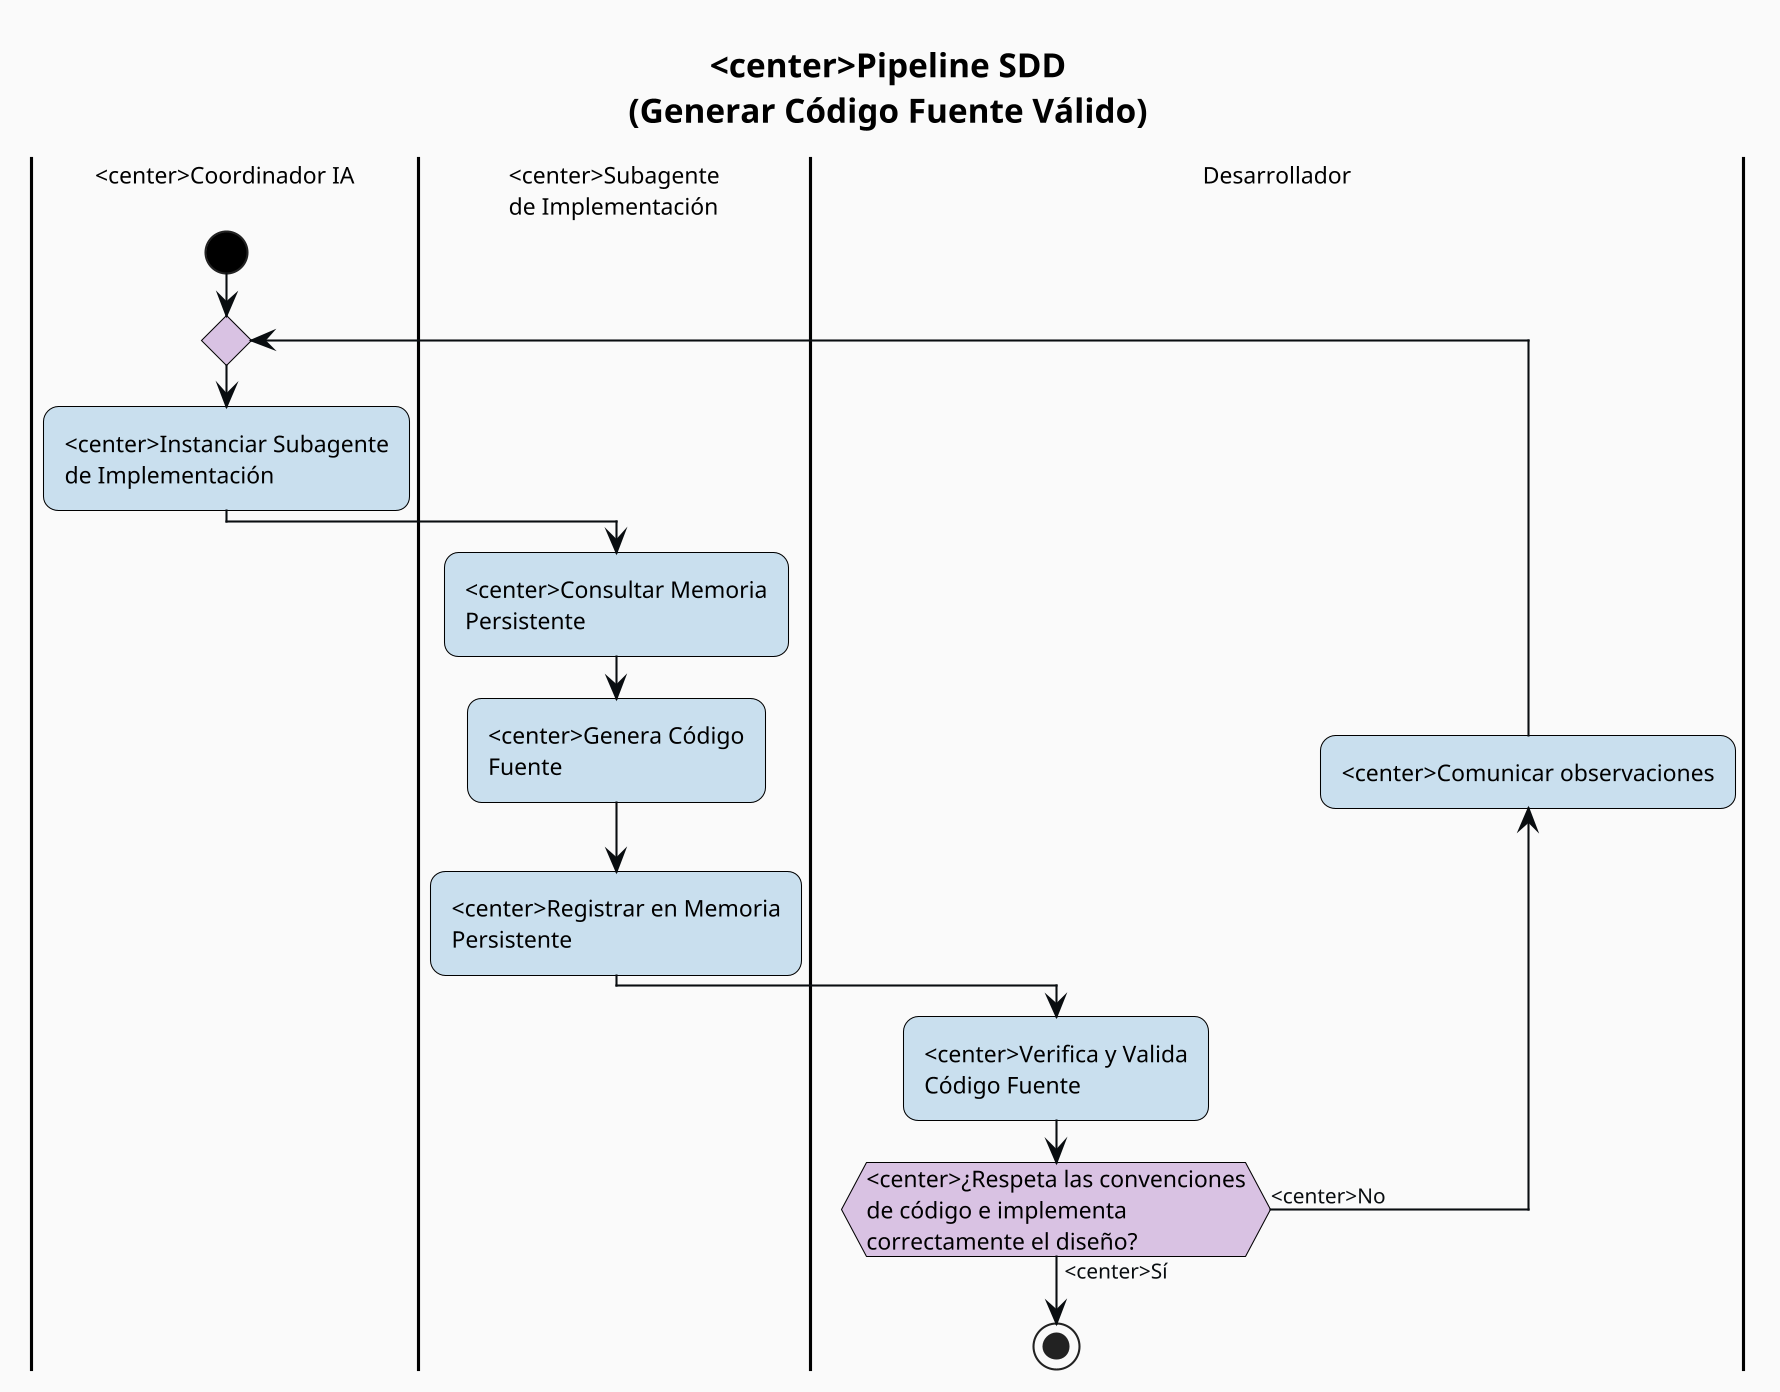
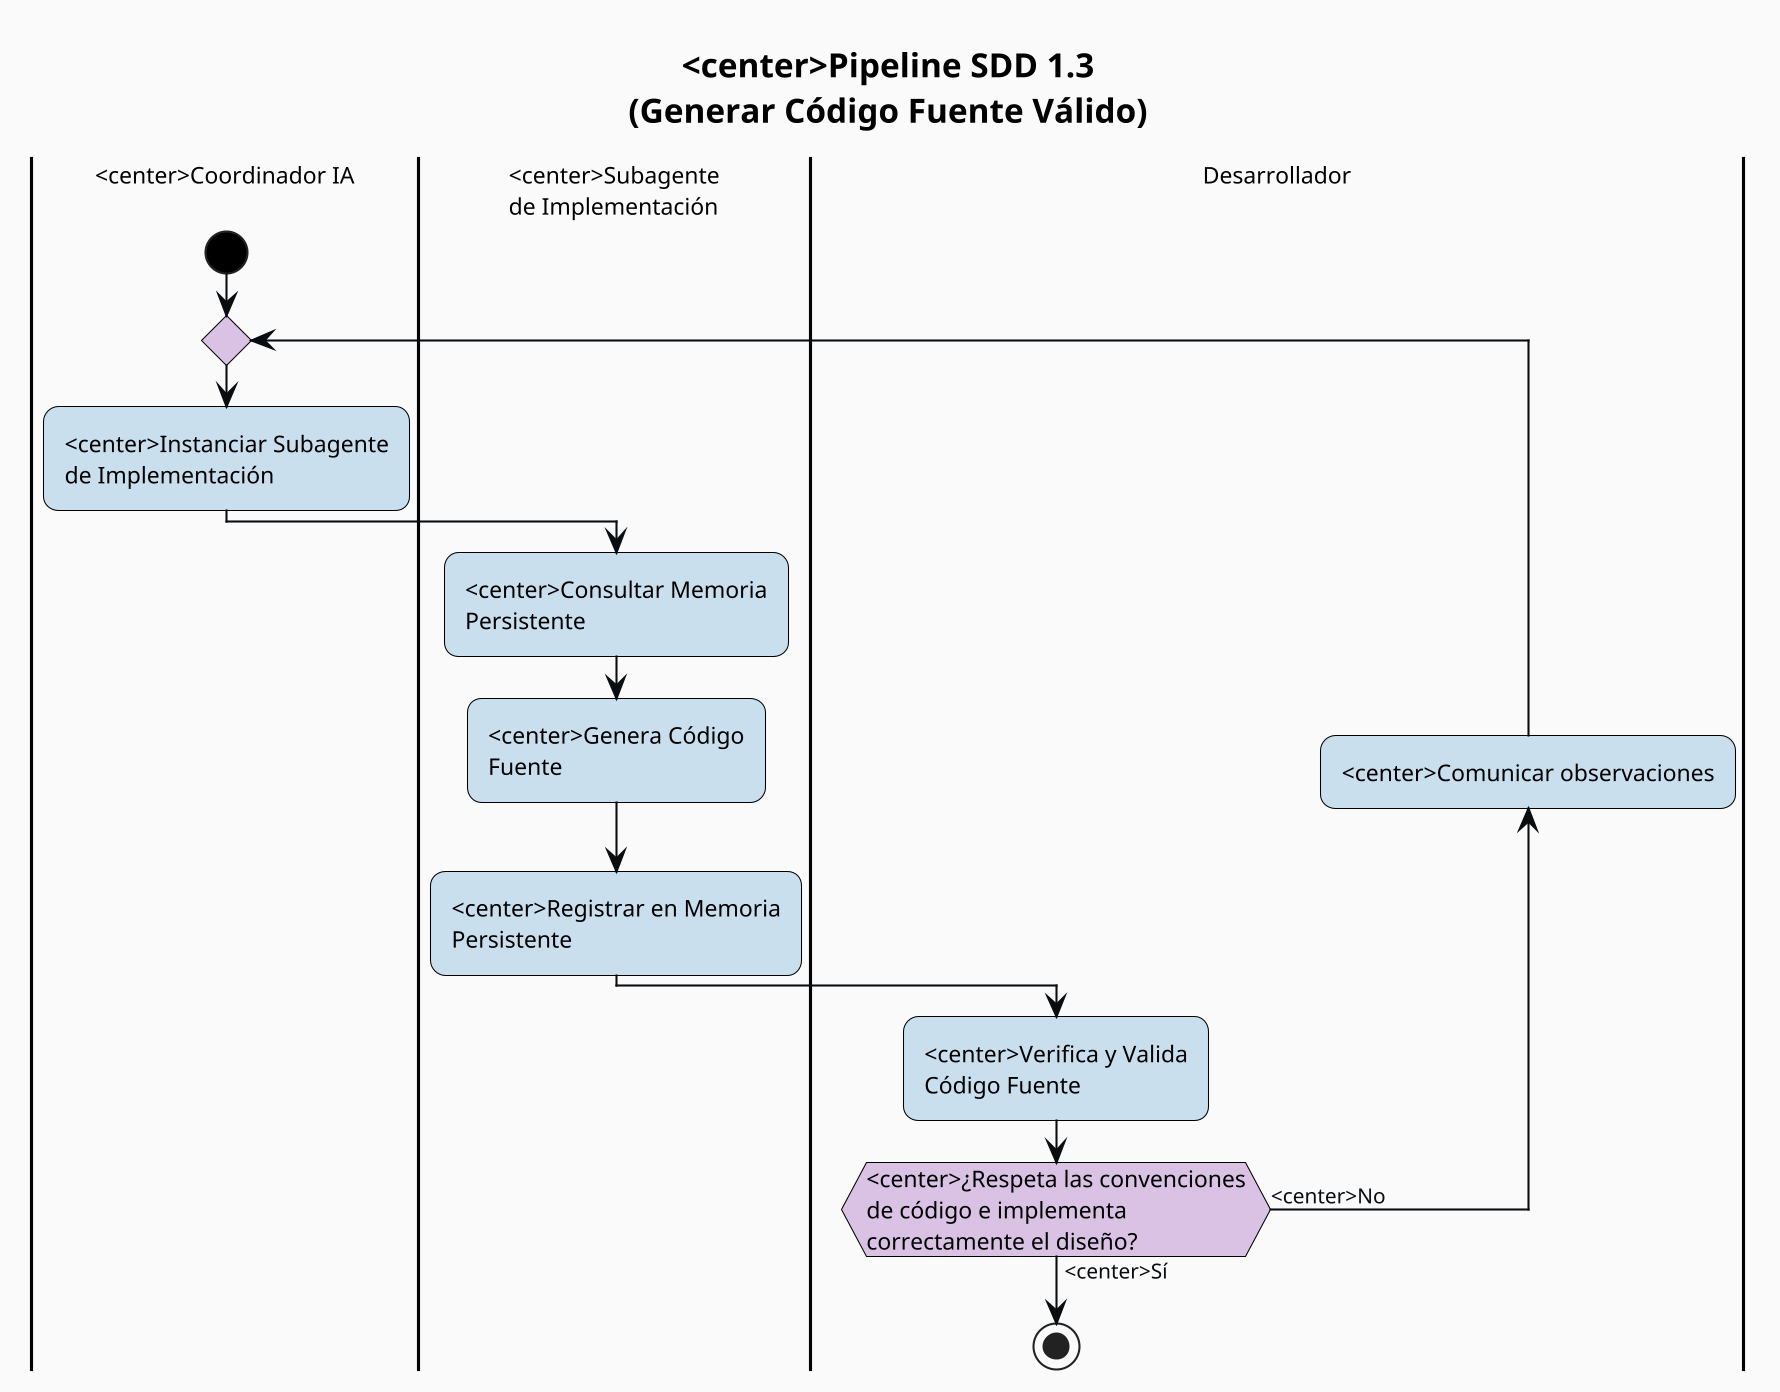
@startuml
skinparam dpi 200
- title  :<center>Pipeline SDD\n(Generar Código Fuente Válido)
+ title  :<center>Pipeline SDD 1.3\n(Generar Código Fuente Válido)

' === Modern soft theme ===
skinparam backgroundColor #FAFAFA
skinparam defaultFontName Helvetica
skinparam defaultFontSize 11
skinparam titleFontSize 16
skinparam titleFontStyle bold
skinparam shadowing false
skinparam roundCorner 14
skinparam linetype polyline

skinparam activity {
    BackgroundColor       #C9DFEE
    BorderColor           #000000
    FontColor             #000000
    FontName              Helvetica
    FontSize              11
    DiamondBackgroundColor #D9C2E3
    DiamondBorderColor    #000000
    DiamondFontColor      #000000
    StartColor            #000000
    EndColor              #000000
    BarColor              #000000
}

skinparam partition {
    BackgroundColor #FFFFFF
    BorderColor     #C9C9BE
    FontColor       #4A4A48
    FontStyle       bold
    FontSize        12
}

skinparam arrow {
    Color     #090D10
    FontColor #090D10
    FontSize  10
    Thickness 1
}

skinparam note {
    BackgroundColor #FFF8E1
    BorderColor     #C9B05E
    FontColor       #3A2E0A
}

!define Coo <center>Coordinador IA
!define SubImp <center>Subagente\nde Implementación

|Coo|
|SubImp|

|Coo|
start

repeat
    :<center>Instanciar Subagente\nde Implementación;
    |SubImp|
    :<center>Consultar Memoria\nPersistente;
    :<center>Genera Código\nFuente;
    :<center>Registrar en Memoria\nPersistente;
    |Desarrollador|
    :<center>Verifica y Valida\nCódigo Fuente;
    backward :<center>Comunicar observaciones;
repeat while (<center>¿Respeta las convenciones\nde código e implementa\ncorrectamente el diseño?) is (<center>No) not (<center>Sí)

stop
@enduml